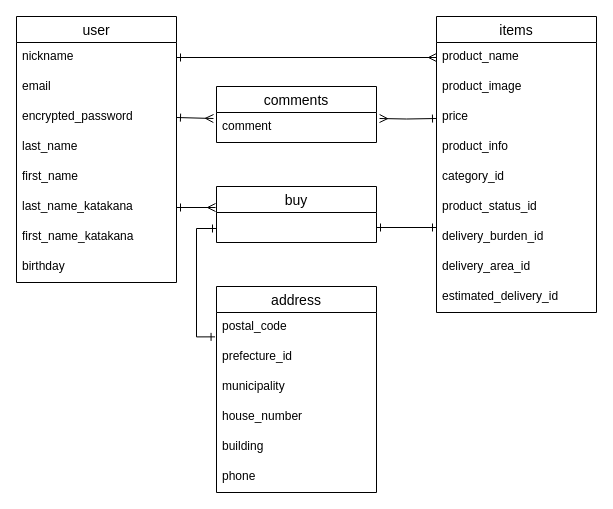
Earlier version of the draw.io diagram ER.dio (kai3tctm/furima-33410). Source tidied: cells renumbered, new cells numbered last; positions are measured from the earlier drawing's top-left corner, leaving out a move shared by most shapes. Both pictures are drawn from the tidied source at 100%, with x=0, y=0 at pixel (16, 16).
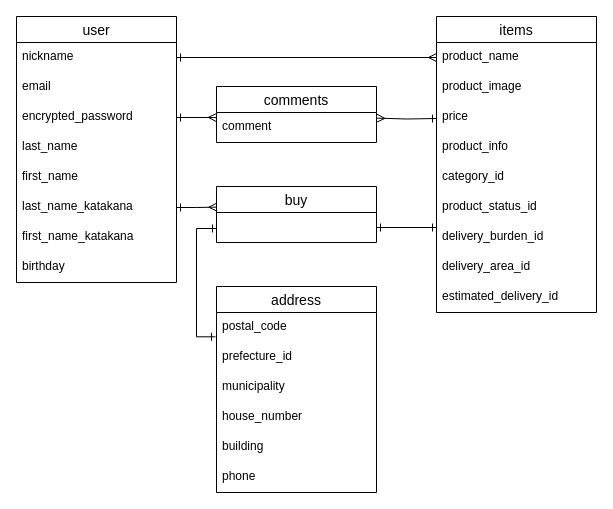
After the change.

Unchanged cells that the change refers to:
```xml
<mxCell id="5" value="encrypted_password" style="text;strokeColor=none;fillColor=none;spacingLeft=4;spacingRight=4;overflow=hidden;points=[[0,0.5],[1,0.5]];portConstraint=eastwest;fontSize=12;" parent="2" vertex="1">
  <mxGeometry y="86" width="160" height="30" as="geometry" />
</mxCell>
<mxCell id="8" value="last_name_katakana" style="text;strokeColor=none;fillColor=none;spacingLeft=4;spacingRight=4;overflow=hidden;points=[[0,0.5],[1,0.5]];portConstraint=eastwest;fontSize=12;" parent="2" vertex="1">
  <mxGeometry y="176" width="160" height="30" as="geometry" />
</mxCell>
<mxCell id="22" value="comment" style="text;strokeColor=none;fillColor=none;spacingLeft=4;spacingRight=4;overflow=hidden;points=[[0,0.5],[1,0.5]];portConstraint=eastwest;fontSize=12;" parent="21" vertex="1">
  <mxGeometry y="26" width="160" height="30" as="geometry" />
</mxCell>
<mxCell id="24" value="postal_code" style="text;strokeColor=none;fillColor=none;spacingLeft=4;spacingRight=4;overflow=hidden;points=[[0,0.5],[1,0.5]];portConstraint=eastwest;fontSize=12;" parent="23" vertex="1">
  <mxGeometry y="26" width="160" height="30" as="geometry" />
</mxCell>
<mxCell id="35" value="buy" style="swimlane;fontStyle=0;horizontal=1;startSize=26;align=center;fontSize=14;" parent="1" vertex="1">
  <mxGeometry x="200" y="170" width="160" height="56" as="geometry" />
</mxCell>
```

Diff of the diagram source:
```diff
@@
-    <mxCell id="31" style="edgeStyle=orthogonalEdgeStyle;rounded=0;jettySize=auto;html=1;exitX=1;exitY=0.5;exitDx=0;exitDy=0;entryX=-0.019;entryY=0.2;entryDx=0;entryDy=0;entryPerimeter=0;startArrow=ERone;startFill=0;endArrow=ERmany;endFill=0;" parent="1" edge="1" source="5" target="22">
+    <mxCell id="31" style="edgeStyle=orthogonalEdgeStyle;rounded=0;jettySize=auto;html=1;exitX=1;exitY=0.5;exitDx=0;exitDy=0;entryX=-0.001;entryY=0.17;entryDx=0;entryDy=0;entryPerimeter=0;startArrow=ERone;startFill=0;endArrow=ERmany;endFill=0;" parent="1" edge="1" source="5" target="22">
       <mxGeometry relative="1" as="geometry">
         <Array as="points">
           <mxPoint x="197" y="101" />
         </Array>
       </mxGeometry>
     </mxCell>
-    <mxCell id="32" style="edgeStyle=orthogonalEdgeStyle;rounded=0;jettySize=auto;html=1;entryX=1.019;entryY=0.2;entryDx=0;entryDy=0;entryPerimeter=0;startArrow=ERone;startFill=0;endArrow=ERmany;endFill=0;" parent="1" edge="1" target="22">
+    <mxCell id="32" style="edgeStyle=orthogonalEdgeStyle;rounded=0;jettySize=auto;html=1;entryX=1.002;entryY=0.188;entryDx=0;entryDy=0;entryPerimeter=0;startArrow=ERone;startFill=0;endArrow=ERmany;endFill=0;" parent="1" edge="1" target="22">
       <mxGeometry relative="1" as="geometry">
         <mxPoint x="420" y="102" as="sourcePoint" />
       </mxGeometry>
     </mxCell>
-    <mxCell id="33" style="edgeStyle=orthogonalEdgeStyle;rounded=0;jettySize=auto;html=1;exitX=0;exitY=0.75;exitDx=0;exitDy=0;entryX=-0.009;entryY=0.812;entryDx=0;entryDy=0;entryPerimeter=0;startArrow=ERone;startFill=0;endArrow=ERone;endFill=0;" parent="1" edge="1" source="35" target="24">
+    <mxCell id="33" style="edgeStyle=orthogonalEdgeStyle;rounded=0;jettySize=auto;html=1;exitX=0;exitY=0.75;exitDx=0;exitDy=0;entryX=-0.006;entryY=0.81;entryDx=0;entryDy=0;entryPerimeter=0;startArrow=ERone;startFill=0;endArrow=ERone;endFill=0;" parent="1" edge="1" source="35" target="24">
       <mxGeometry relative="1" as="geometry">
         <Array as="points">
           <mxPoint x="180" y="212" />
           <mxPoint x="180" y="320" />
         </Array>
       </mxGeometry>
     </mxCell>
@@
-    <mxCell id="36" style="edgeStyle=orthogonalEdgeStyle;rounded=0;jettySize=auto;html=1;exitX=1;exitY=0.5;exitDx=0;exitDy=0;entryX=-0.006;entryY=0.375;entryDx=0;entryDy=0;entryPerimeter=0;startArrow=ERone;startFill=0;endArrow=ERmany;endFill=0;" parent="1" edge="1" source="8" target="35">
+    <mxCell id="36" style="edgeStyle=orthogonalEdgeStyle;rounded=0;jettySize=auto;html=1;exitX=1;exitY=0.5;exitDx=0;exitDy=0;entryX=0.002;entryY=0.368;entryDx=0;entryDy=0;entryPerimeter=0;startArrow=ERone;startFill=0;endArrow=ERmany;endFill=0;" parent="1" edge="1" source="8" target="35">
       <mxGeometry relative="1" as="geometry" />
     </mxCell>
```
